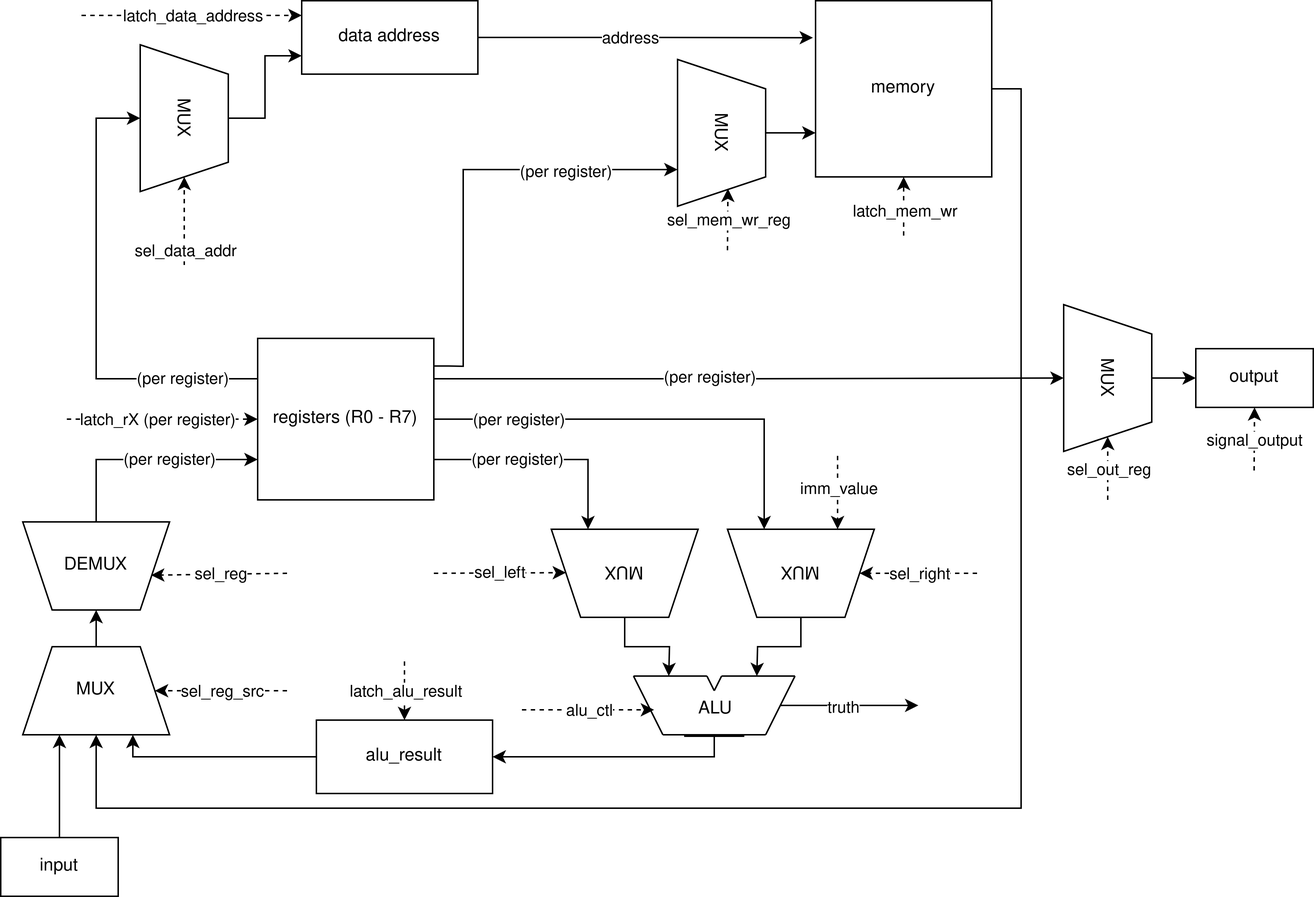
Earlier version of the draw.io export diagrams/datapath.drawio.png (sultanowskii/drum). Source tidied: cells renumbered, new cells last; positions are measured from the earlier drawing's top-left corner, leaving out a move shared by most shapes.
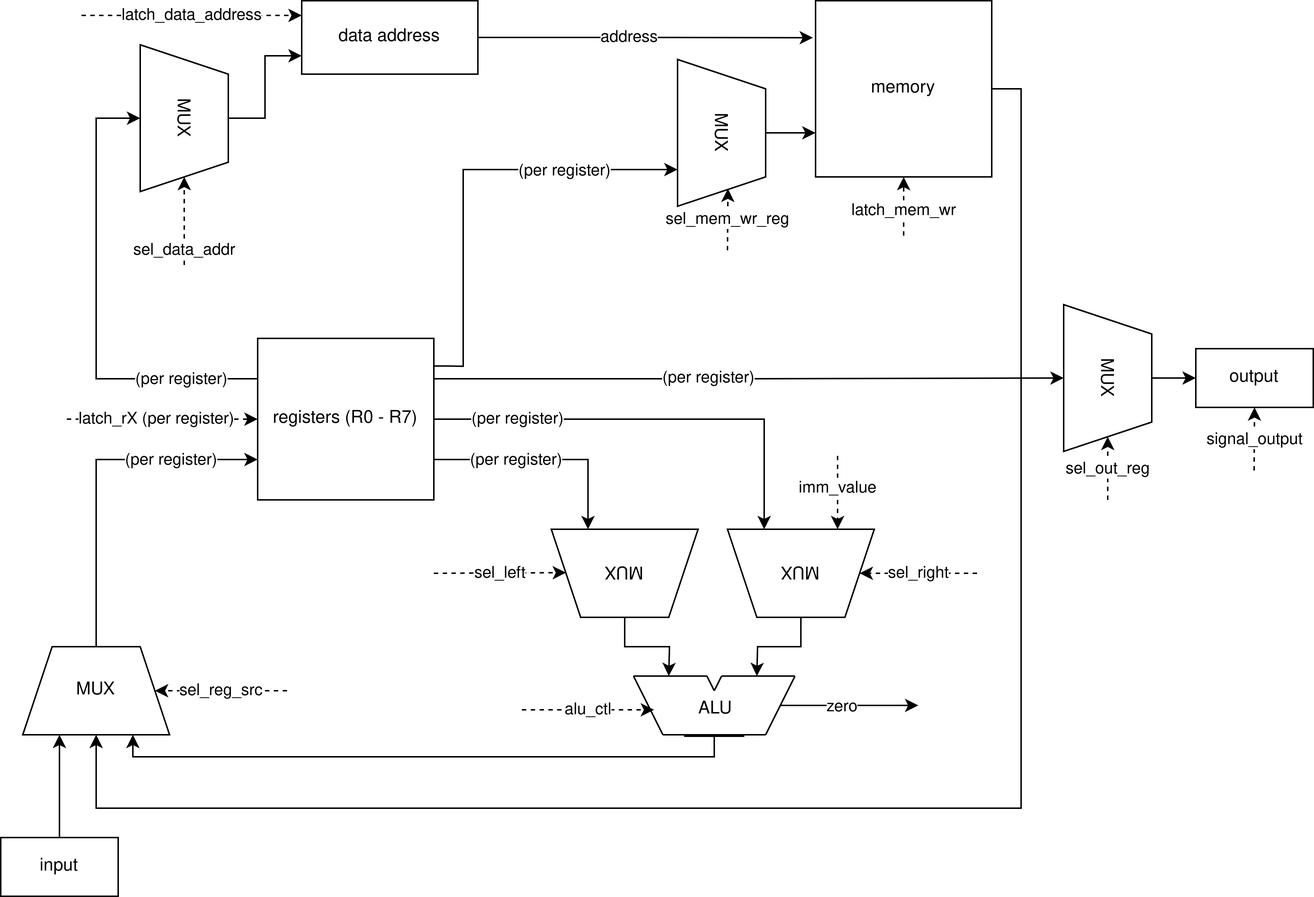
After the change.

Diff of the diagram source:
```diff
@@ -200,33 +200,32 @@
     <mxCell id="44" value="alu_ctl" style="edgeLabel;html=1;align=center;verticalAlign=middle;" parent="43" vertex="1">
       <mxGeometry relative="1" as="geometry" />
     </mxCell>
-    <mxCell id="45" style="edgeStyle=orthogonalEdgeStyle;rounded=0;jettySize=auto;html=1;entryX=1;entryY=0.5;entryDx=0;entryDy=0;" parent="1" edge="1" source="46" target="76">
+    <mxCell id="45" style="edgeStyle=orthogonalEdgeStyle;rounded=0;jettySize=auto;html=1;entryX=0.75;entryY=1;entryDx=0;entryDy=0;" parent="1" edge="1" source="46" target="48">
       <mxGeometry relative="1" as="geometry">
         <Array as="points">
           <mxPoint x="486" y="515" />
+          <mxPoint x="90" y="515" />
         </Array>
       </mxGeometry>
     </mxCell>
     <mxCell id="46" style="rounded=0;whiteSpace=wrap;html=1;" parent="1" vertex="1">
       <mxGeometry x="466" y="500" width="40" height="1" as="geometry" />
     </mxCell>
-    <mxCell id="47" style="edgeStyle=orthogonalEdgeStyle;rounded=0;jettySize=auto;html=1;entryX=0.5;entryY=1;entryDx=0;entryDy=0;" parent="1" edge="1" source="48" target="51">
-      <mxGeometry relative="1" as="geometry" />
-    </mxCell>
     <mxCell id="48" value="MUX" style="shape=trapezoid;perimeter=trapezoidPerimeter;whiteSpace=wrap;html=1;fixedSize=1;rotation=0;" parent="1" vertex="1">
       <mxGeometry x="15" y="440" width="100" height="60" as="geometry" />
     </mxCell>
-    <mxCell id="49" style="edgeStyle=orthogonalEdgeStyle;rounded=0;jettySize=auto;html=1;exitX=0.5;exitY=0;exitDx=0;exitDy=0;entryX=0;entryY=0.75;entryDx=0;entryDy=0;" parent="1" edge="1" source="51" target="15">
-      <mxGeometry relative="1" as="geometry" />
+    <mxCell id="49" style="edgeStyle=orthogonalEdgeStyle;rounded=0;jettySize=auto;html=1;exitX=0.5;exitY=0;exitDx=0;exitDy=0;entryX=0;entryY=0.75;entryDx=0;entryDy=0;" parent="1" edge="1" source="48" target="15">
+      <mxGeometry relative="1" as="geometry">
+        <Array as="points">
+          <mxPoint x="65" y="313" />
+        </Array>
+      </mxGeometry>
     </mxCell>
     <mxCell id="50" value="(per register)" style="edgeLabel;html=1;align=center;verticalAlign=middle;" parent="49" vertex="1">
       <mxGeometry x="0.41" y="1" relative="1" as="geometry">
-        <mxPoint x="-15" y="1" as="offset" />
+        <mxPoint x="11" y="1" as="offset" />
       </mxGeometry>
     </mxCell>
-    <mxCell id="51" value="DEMUX" style="shape=trapezoid;perimeter=trapezoidPerimeter;whiteSpace=wrap;html=1;fixedSize=1;rotation=0;flipH=1;flipV=1;" parent="1" vertex="1">
-      <mxGeometry x="15" y="355" width="100" height="60" as="geometry" />
-    </mxCell>
     <mxCell id="52" style="endArrow=classic;html=1;rounded=0;dashed=1;entryX=1;entryY=0.5;entryDx=0;entryDy=0;" parent="1" edge="1" target="48">
       <mxGeometry relative="1" as="geometry">
         <mxPoint x="195" y="470" as="sourcePoint" />
@@ -235,14 +234,6 @@
     <mxCell id="53" value="sel_reg_src" style="edgeLabel;html=1;align=center;verticalAlign=middle;" parent="52" vertex="1">
       <mxGeometry relative="1" as="geometry" />
     </mxCell>
-    <mxCell id="54" style="endArrow=classic;html=1;rounded=0;dashed=1;entryX=0.126;entryY=0.395;entryDx=0;entryDy=0;entryPerimeter=0;" parent="1" edge="1" target="51">
-      <mxGeometry relative="1" as="geometry">
-        <mxPoint x="195" y="390" as="sourcePoint" />
-      </mxGeometry>
-    </mxCell>
-    <mxCell id="55" value="sel_reg" style="edgeLabel;html=1;align=center;verticalAlign=middle;" parent="54" vertex="1">
-      <mxGeometry relative="1" as="geometry" />
-    </mxCell>
     <mxCell id="56" value="input" style="rounded=0;whiteSpace=wrap;html=1;" parent="1" vertex="1">
       <mxGeometry y="570" width="80" height="40" as="geometry" />
     </mxCell>
@@ -255,7 +246,7 @@
         <mxPoint x="625" y="480" as="targetPoint" />
       </mxGeometry>
     </mxCell>
-    <mxCell id="59" value="truth" style="edgeLabel;html=1;align=center;verticalAlign=middle;" parent="58" vertex="1">
+    <mxCell id="59" value="zero" style="edgeLabel;html=1;align=center;verticalAlign=middle;" parent="58" vertex="1">
       <mxGeometry x="-0.12" y="-1" relative="1" as="geometry" />
     </mxCell>
     <mxCell id="60" style="endArrow=classic;html=1;rounded=0;dashed=1;entryX=0;entryY=0.5;entryDx=0;entryDy=0;" parent="1" edge="1" target="15">
@@ -317,23 +308,5 @@
     <mxCell id="74" value="signal_output" style="edgeLabel;html=1;align=center;verticalAlign=middle;" parent="73" vertex="1">
       <mxGeometry relative="1" as="geometry" />
     </mxCell>
-    <mxCell id="75" style="edgeStyle=orthogonalEdgeStyle;rounded=0;jettySize=auto;html=1;entryX=0.75;entryY=1;entryDx=0;entryDy=0;" parent="1" edge="1" source="76" target="48">
-      <mxGeometry relative="1" as="geometry">
-        <Array as="points">
-          <mxPoint x="90" y="515" />
-        </Array>
-      </mxGeometry>
-    </mxCell>
-    <mxCell id="76" value="alu_result" style="rounded=0;whiteSpace=wrap;html=1;" parent="1" vertex="1">
-      <mxGeometry x="215" y="490" width="120" height="50" as="geometry" />
-    </mxCell>
-    <mxCell id="77" style="endArrow=classic;html=1;rounded=0;dashed=1;entryX=0.5;entryY=0;entryDx=0;entryDy=0;" parent="1" edge="1" target="76">
-      <mxGeometry relative="1" as="geometry">
-        <mxPoint x="275" y="450" as="sourcePoint" />
-      </mxGeometry>
-    </mxCell>
-    <mxCell id="78" value="latch_alu_result" style="edgeLabel;html=1;align=center;verticalAlign=middle;" parent="77" vertex="1">
-      <mxGeometry relative="1" as="geometry" />
-    </mxCell>
   </root>
 </mxGraphModel>
```
